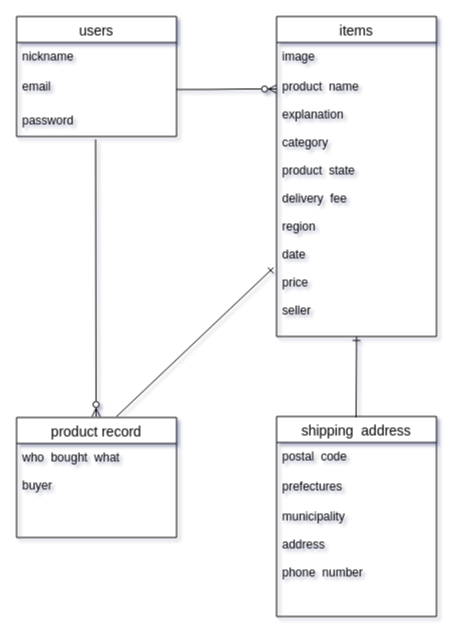
Earlier version of the draw.io diagram test.dio (kotaro1020/furima-33070). Source tidied: cells renumbered, new cells numbered last; positions are measured from the earlier drawing's top-left corner, leaving out a move shared by most shapes. Both pictures are drawn from the tidied source at 100%, with x=0, y=0 at pixel (16, 16).
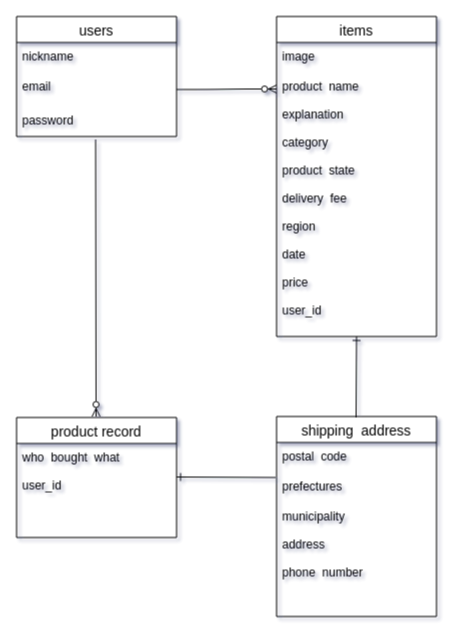
Above is the later version.

Commit message (it also covers changes not shown here):
ER図作成（修正1）

The change refers to these unchanged cells:
```xml
<mxCell id="7" value="items" style="swimlane;fontStyle=0;horizontal=1;startSize=26;align=center;fontSize=14;" parent="1" vertex="1">
  <mxGeometry x="260" width="160" height="320" as="geometry" />
</mxCell>
<mxCell id="10" value="product record" style="swimlane;fontStyle=0;horizontal=1;startSize=26;align=center;fontSize=14;" parent="1" vertex="1">
  <mxGeometry y="401" width="160" height="120" as="geometry" />
</mxCell>
```

What changed in the source:
```diff
@@
-    <mxCell id="9" value="product  name&#10;&#10;explanation&#10;&#10;category&#10;&#10;product  state&#10;&#10;delivery  fee&#10;&#10;region&#10;&#10;date&#10;&#10;price&#10;&#10;seller" style="text;strokeColor=none;fillColor=none;spacingLeft=4;spacingRight=4;overflow=hidden;points=[[0,0.5],[1,0.5]];portConstraint=eastwest;fontSize=12;" parent="7" vertex="1">
+    <mxCell id="9" value="product  name&#10;&#10;explanation&#10;&#10;category&#10;&#10;product  state&#10;&#10;delivery  fee&#10;&#10;region&#10;&#10;date&#10;&#10;price&#10;&#10;user_id" style="text;strokeColor=none;fillColor=none;spacingLeft=4;spacingRight=4;overflow=hidden;points=[[0,0.5],[1,0.5]];portConstraint=eastwest;fontSize=12;" parent="7" vertex="1">
       <mxGeometry y="56" width="160" height="264" as="geometry" />
     </mxCell>
@@
-    <mxCell id="11" value="who  bought  what&#10;&#10;buyer" style="text;strokeColor=none;fillColor=none;spacingLeft=4;spacingRight=4;overflow=hidden;fontSize=12;" parent="10" vertex="1">
+    <mxCell id="11" value="who  bought  what&#10;&#10;user_id" style="text;strokeColor=none;fillColor=none;spacingLeft=4;spacingRight=4;overflow=hidden;fontSize=12;" parent="10" vertex="1">
       <mxGeometry y="26" width="160" height="94" as="geometry" />
     </mxCell>
@@
-    <mxCell id="17" style="fontSize=12;html=1;endArrow=ERone;endFill=1;entryX=-0.019;entryY=0.739;entryDx=0;entryDy=0;entryPerimeter=0;" parent="1" edge="1" target="9">
-      <mxGeometry relative="1" as="geometry">
-        <mxPoint x="100" y="400" as="sourcePoint" />
-      </mxGeometry>
-    </mxCell>
@@
+    <mxCell id="19" style="fontSize=12;html=1;endArrow=ERone;endFill=1;" parent="1" edge="1">
+      <mxGeometry relative="1" as="geometry">
+        <mxPoint x="259" y="461" as="sourcePoint" />
+        <mxPoint x="160" y="460.5" as="targetPoint" />
+      </mxGeometry>
+    </mxCell>
```
